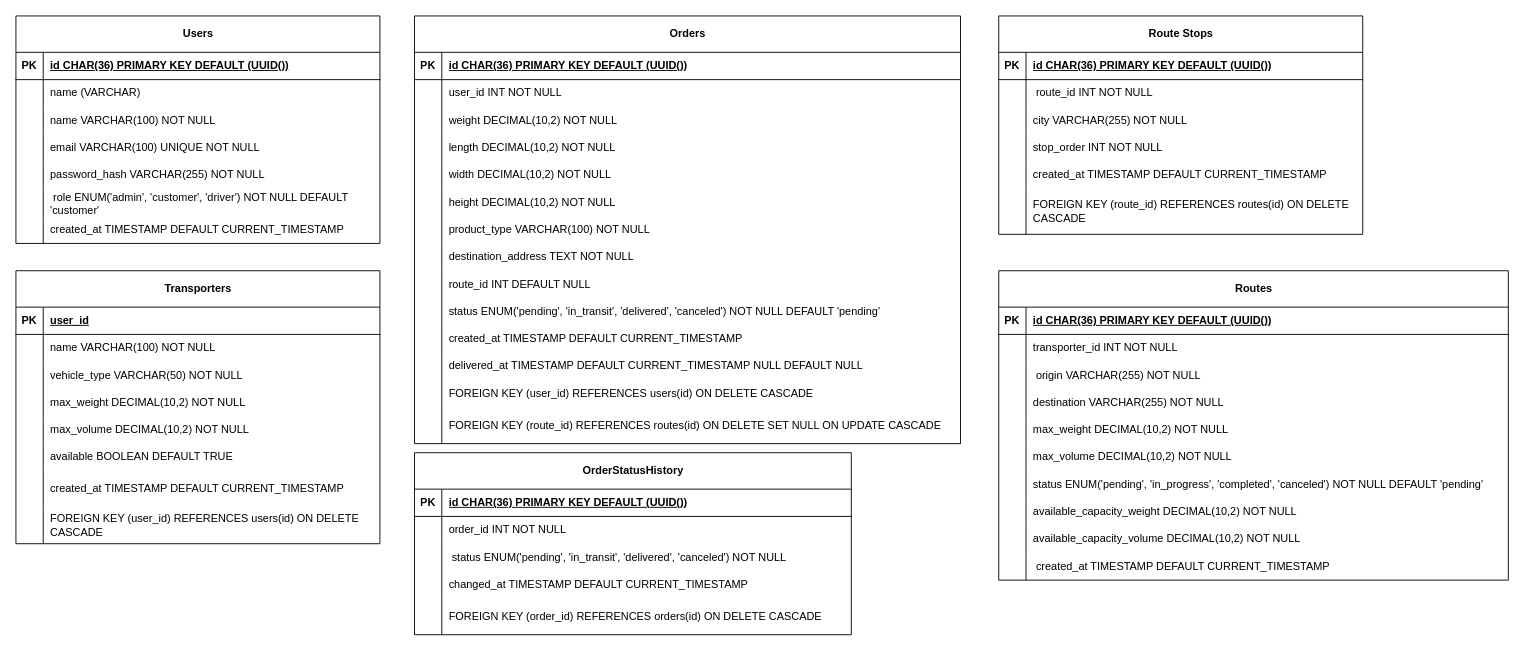
Before: logistics.drawio in crishood/diagrams, a draw.io diagram. Source tidied: cells renumbered, new cells numbered last; positions are measured from the earlier drawing's top-left corner, leaving out a move shared by most shapes. Both pictures are drawn from the tidied source at 91%, with x=0, y=0 at pixel (15, 15).
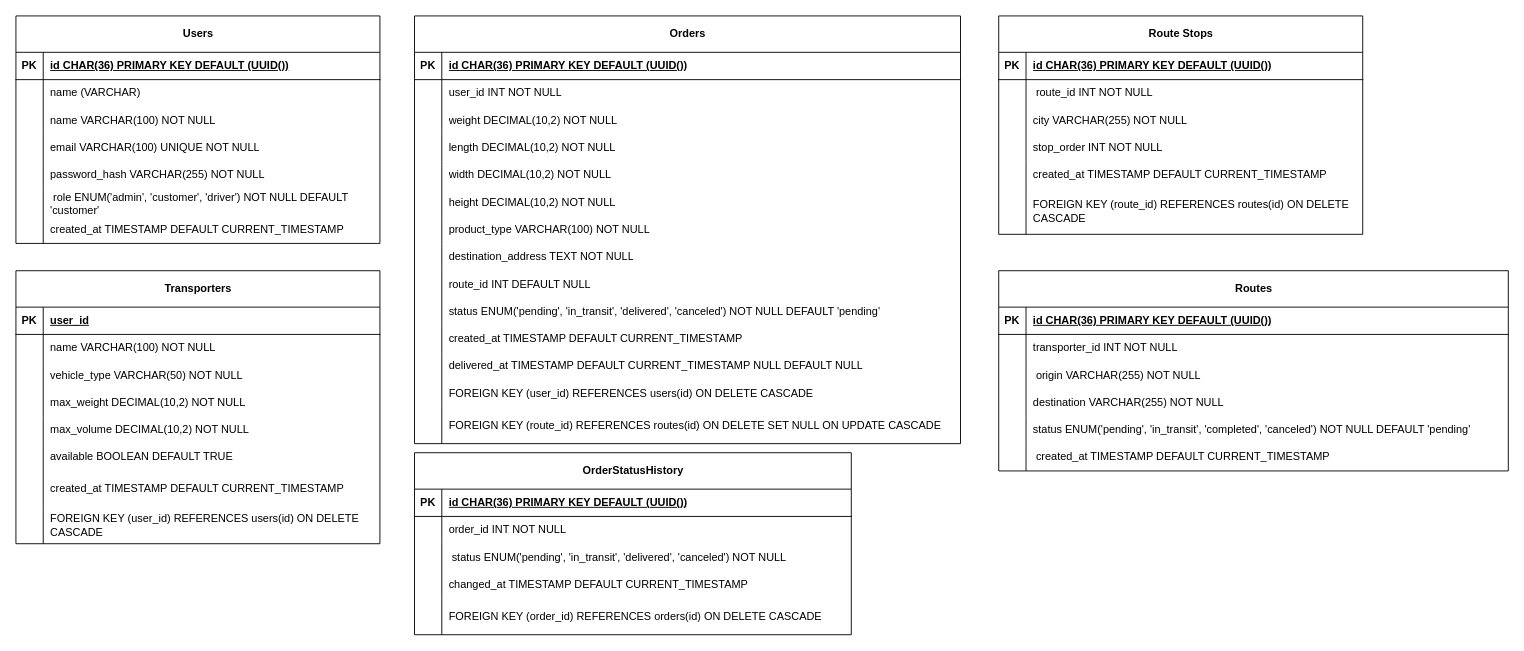
The same page after the edit.

Diff of the diagram source:
```diff
@@
     <mxCell id="92" value="Routes" style="shape=table;startSize=40;childLayout=tableLayout;rowLines=0;fontStyle=1;align=center;html=1;" parent="1" vertex="1">
-      <mxGeometry x="1080" y="280" width="560" height="340" as="geometry" />
+      <mxGeometry x="1080" y="280" width="560" height="220" as="geometry" />
     </mxCell>
@@
-    <mxCell id="105" style="shape=tableRow;horizontal=0;startSize=0;swimlaneHead=0;swimlaneBody=0;fillColor=none;top=0;left=0;right=0;bottom=0;" parent="92" vertex="1">
-      <mxGeometry y="160" width="560" height="30" as="geometry" />
-    </mxCell>
-    <mxCell id="106" style="shape=partialRectangle;fillColor=none;top=0;left=0;bottom=0;right=0;overflow=hidden;whiteSpace=wrap;html=1;" parent="105" vertex="1">
-      <mxGeometry width="30" height="30" as="geometry" />
-    </mxCell>
-    <mxCell id="107" value="max_weight DECIMAL(10,2) NOT NULL" style="shape=partialRectangle;fillColor=none;top=0;left=0;bottom=0;right=0;align=left;spacingLeft=6;overflow=hidden;whiteSpace=wrap;html=1;" parent="105" vertex="1">
-      <mxGeometry x="30" width="530" height="30" as="geometry" />
-    </mxCell>
-    <mxCell id="108" style="shape=tableRow;horizontal=0;startSize=0;swimlaneHead=0;swimlaneBody=0;fillColor=none;top=0;left=0;right=0;bottom=0;" parent="92" vertex="1">
-      <mxGeometry y="190" width="560" height="30" as="geometry" />
-    </mxCell>
-    <mxCell id="109" style="shape=partialRectangle;fillColor=none;top=0;left=0;bottom=0;right=0;overflow=hidden;whiteSpace=wrap;html=1;" parent="108" vertex="1">
-      <mxGeometry width="30" height="30" as="geometry" />
-    </mxCell>
-    <mxCell id="110" value="max_volume DECIMAL(10,2) NOT NULL" style="shape=partialRectangle;fillColor=none;top=0;left=0;bottom=0;right=0;align=left;spacingLeft=6;overflow=hidden;whiteSpace=wrap;html=1;" parent="108" vertex="1">
-      <mxGeometry x="30" width="530" height="30" as="geometry" />
-    </mxCell>
     <mxCell id="111" style="shape=tableRow;horizontal=0;startSize=0;swimlaneHead=0;swimlaneBody=0;fillColor=none;top=0;left=0;right=0;bottom=0;" parent="92" vertex="1">
-      <mxGeometry y="220" width="560" height="30" as="geometry" />
+      <mxGeometry y="160" width="560" height="30" as="geometry" />
     </mxCell>
@@
-    <mxCell id="113" value="status ENUM('pending', 'in_progress', 'completed', 'canceled') NOT NULL DEFAULT 'pending'" style="shape=partialRectangle;fillColor=none;top=0;left=0;bottom=0;right=0;align=left;spacingLeft=6;overflow=hidden;whiteSpace=wrap;html=1;" parent="111" vertex="1">
+    <mxCell id="113" value="status ENUM('pending', 'in_transit', 'completed', 'canceled') NOT NULL DEFAULT 'pending'" style="shape=partialRectangle;fillColor=none;top=0;left=0;bottom=0;right=0;align=left;spacingLeft=6;overflow=hidden;whiteSpace=wrap;html=1;" parent="111" vertex="1">
       <mxGeometry x="30" width="530" height="30" as="geometry" />
     </mxCell>
-    <mxCell id="114" style="shape=tableRow;horizontal=0;startSize=0;swimlaneHead=0;swimlaneBody=0;fillColor=none;top=0;left=0;right=0;bottom=0;" parent="92" vertex="1">
-      <mxGeometry y="250" width="560" height="30" as="geometry" />
-    </mxCell>
-    <mxCell id="115" style="shape=partialRectangle;fillColor=none;top=0;left=0;bottom=0;right=0;overflow=hidden;whiteSpace=wrap;html=1;" parent="114" vertex="1">
-      <mxGeometry width="30" height="30" as="geometry" />
-    </mxCell>
-    <mxCell id="116" value="available_capacity_weight DECIMAL(10,2) NOT NULL" style="shape=partialRectangle;fillColor=none;top=0;left=0;bottom=0;right=0;align=left;spacingLeft=6;overflow=hidden;whiteSpace=wrap;html=1;" parent="114" vertex="1">
-      <mxGeometry x="30" width="530" height="30" as="geometry" />
-    </mxCell>
-    <mxCell id="117" style="shape=tableRow;horizontal=0;startSize=0;swimlaneHead=0;swimlaneBody=0;fillColor=none;top=0;left=0;right=0;bottom=0;" parent="92" vertex="1">
-      <mxGeometry y="280" width="560" height="30" as="geometry" />
-    </mxCell>
-    <mxCell id="118" style="shape=partialRectangle;fillColor=none;top=0;left=0;bottom=0;right=0;overflow=hidden;whiteSpace=wrap;html=1;" parent="117" vertex="1">
-      <mxGeometry width="30" height="30" as="geometry" />
-    </mxCell>
-    <mxCell id="119" value="available_capacity_volume DECIMAL(10,2) NOT NULL" style="shape=partialRectangle;fillColor=none;top=0;left=0;bottom=0;right=0;align=left;spacingLeft=6;overflow=hidden;whiteSpace=wrap;html=1;" parent="117" vertex="1">
-      <mxGeometry x="30" width="530" height="30" as="geometry" />
-    </mxCell>
     <mxCell id="120" style="shape=tableRow;horizontal=0;startSize=0;swimlaneHead=0;swimlaneBody=0;fillColor=none;top=0;left=0;right=0;bottom=0;" parent="92" vertex="1">
-      <mxGeometry y="310" width="560" height="30" as="geometry" />
+      <mxGeometry y="190" width="560" height="30" as="geometry" />
     </mxCell>
```
